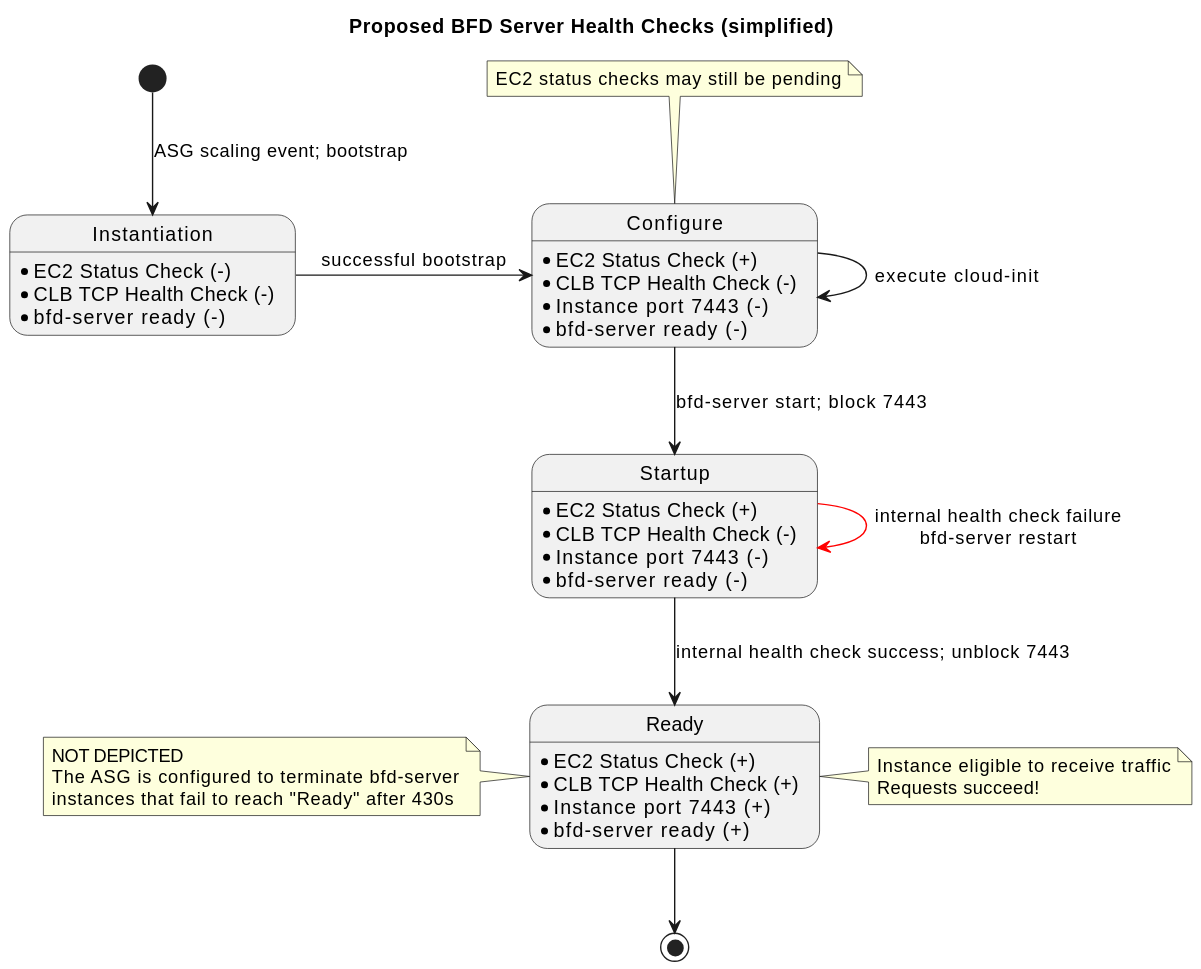
CMSgov/beneficiary-fhir-data keeps this PlantUML diagram as rfcs/resources/0013-proposed-bfd-server-health-checks.svg. Above is the earlier version. Its diagram source:
```plantuml
@startuml
title Proposed BFD Server Health Checks (simplified)

state Instantiation
Instantiation : * EC2 Status Check (-)
Instantiation : * CLB TCP Health Check (-)
Instantiation : * bfd-server ready (-)

note top of Configure
       EC2 status checks may still be pending
end note

state Configure
Configure : * EC2 Status Check (+)
Configure : * CLB TCP Health Check (-)
Configure : * Instance port 7443 (-)
Configure : * bfd-server ready (-)

state Startup
Startup : * EC2 Status Check (+)
Startup : * CLB TCP Health Check (-)
Startup : * Instance port 7443 (-)
Startup : * bfd-server ready (-)

state Ready
Ready : * EC2 Status Check (+)
Ready : * CLB TCP Health Check (+)
Ready : * Instance port 7443 (+)
Ready : * bfd-server ready (+)

note right of Ready
       Instance eligible to receive traffic
       Requests succeed!
end note

note left of Ready
       NOT DEPICTED
       The ASG is configured to terminate bfd-server
       instances that fail to reach "Ready" after 430s
end note

[*] -down-> Instantiation : ASG scaling event; bootstrap
Instantiation -> Configure : successful bootstrap
Configure -> Configure : execute cloud-init
Configure -down-> Startup : bfd-server start; block 7443
Startup -[#red]-> Startup : internal health check failure\nbfd-server restart
Startup -down-> Ready : internal health check success; unblock 7443
Ready -down-> [*]
@enduml
```
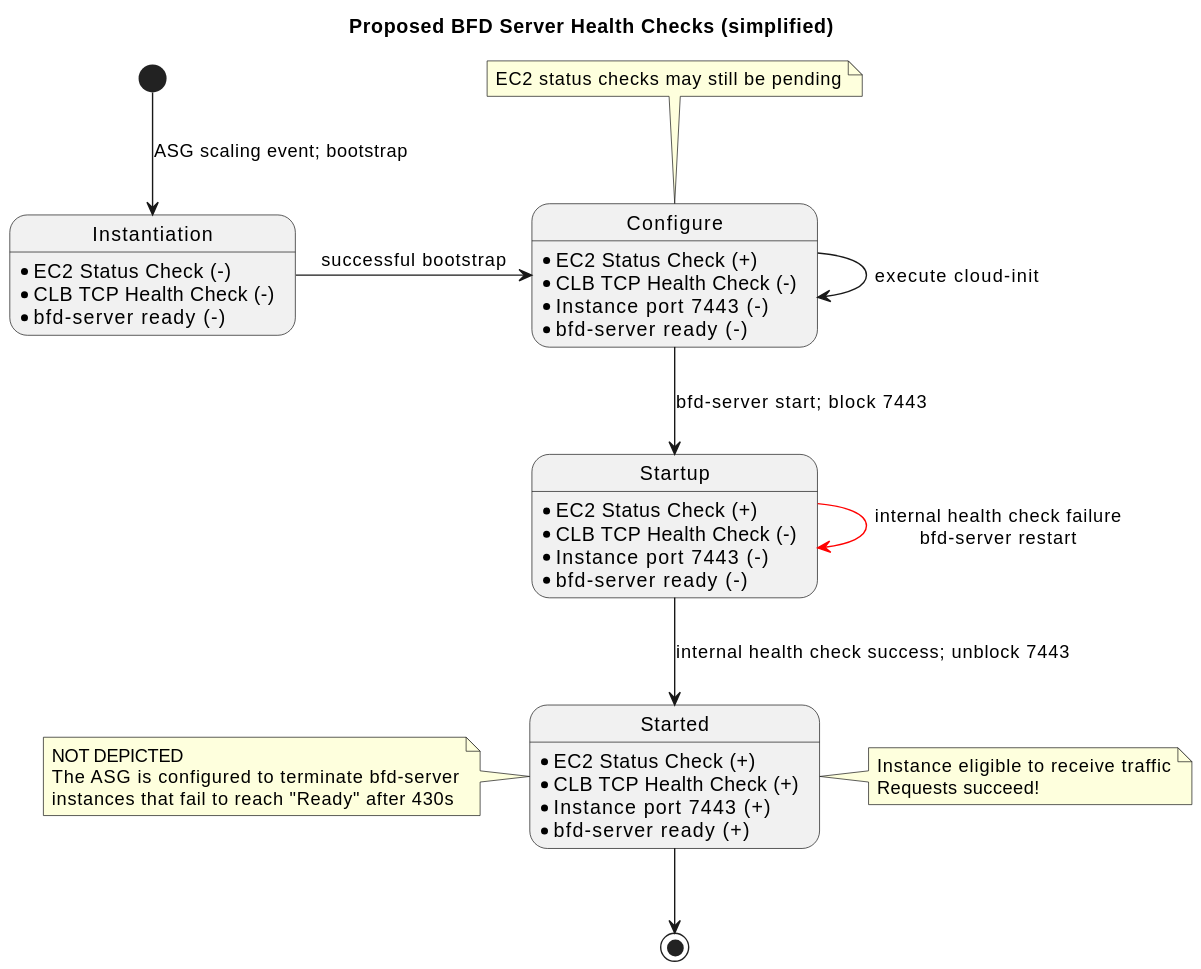
After the commit.

The edit, as a diff of the source:
```diff
@@ -22,18 +22,18 @@
 Startup : * Instance port 7443 (-)
 Startup : * bfd-server ready (-)
 
-state Ready
-Ready : * EC2 Status Check (+)
-Ready : * CLB TCP Health Check (+)
-Ready : * Instance port 7443 (+)
-Ready : * bfd-server ready (+)
+state Started
+Started : * EC2 Status Check (+)
+Started : * CLB TCP Health Check (+)
+Started : * Instance port 7443 (+)
+Started : * bfd-server ready (+)
 
-note right of Ready
+note right of Started
        Instance eligible to receive traffic
        Requests succeed!
 end note
 
-note left of Ready
+note left of Started
        NOT DEPICTED
        The ASG is configured to terminate bfd-server
        instances that fail to reach "Ready" after 430s
@@ -44,6 +44,6 @@
 Configure -> Configure : execute cloud-init
 Configure -down-> Startup : bfd-server start; block 7443
 Startup -[#red]-> Startup : internal health check failure\nbfd-server restart
-Startup -down-> Ready : internal health check success; unblock 7443
-Ready -down-> [*]
+Startup -down-> Started : internal health check success; unblock 7443
+Started -down-> [*]
 @enduml
```
